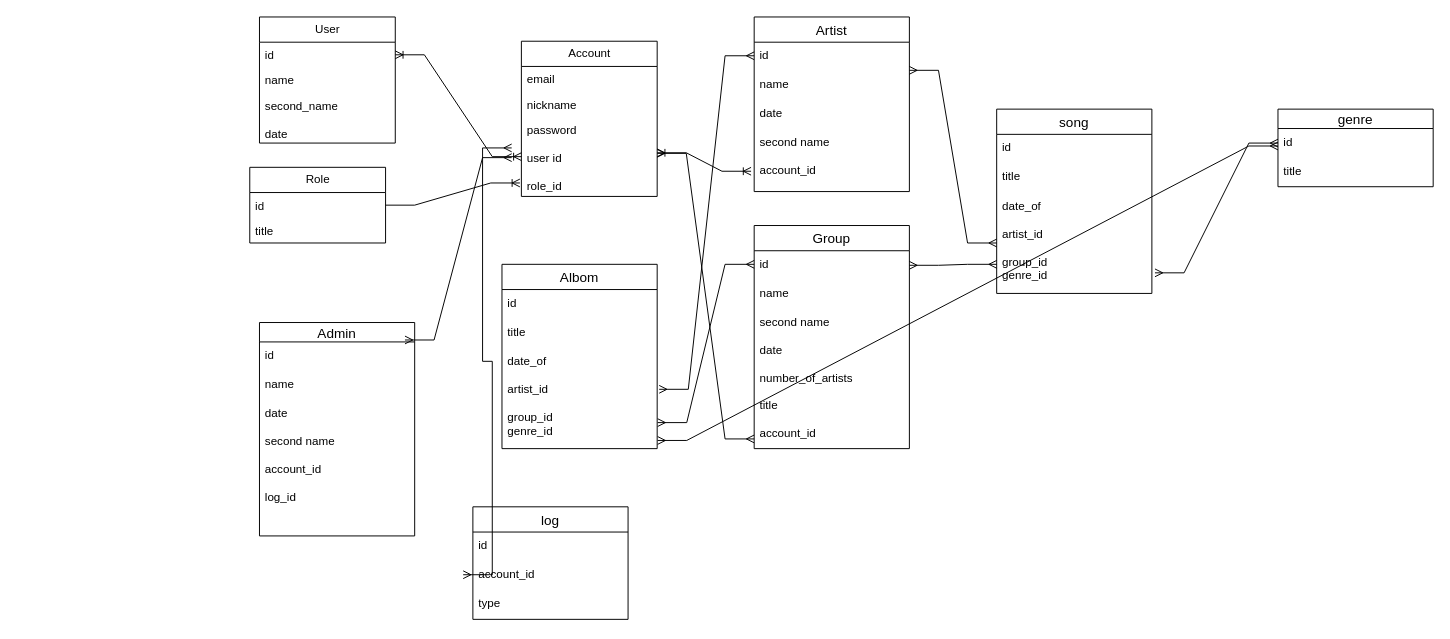
pavelgastilo/BD2023 keeps this draw.io diagram as bddrawio.drawio. Above is the earlier version. Source tidied: cells renumbered, new cells numbered last; positions are measured from the earlier drawing's top-left corner, leaving out a move shared by most shapes. Both pictures are drawn from the tidied source at 97%, with x=0, y=0 at pixel (249, -153).
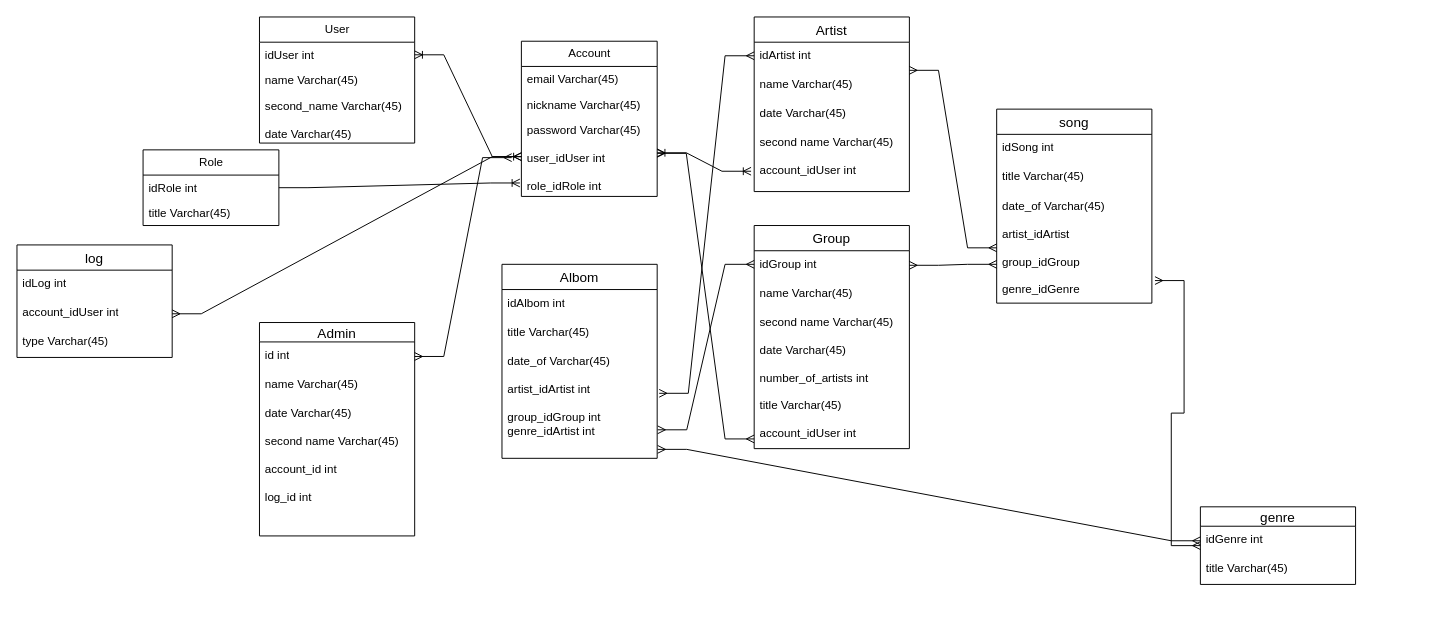
The same page after the edit.

The change refers to these unchanged cells:
```xml
<mxCell id="6" value="Account" style="swimlane;fontStyle=0;horizontal=1;startSize=26;fillColor=none;html=1;" parent="1" vertex="1">
  <mxGeometry x="280" y="200" width="140" height="160" as="geometry" />
</mxCell>
<mxCell id="15" value="Artist" style="swimlane;fontStyle=0;horizontal=1;startSize=26;align=center;fontSize=14;" parent="1" vertex="1">
  <mxGeometry x="520" y="175" width="160" height="180" as="geometry" />
</mxCell>
<mxCell id="20" value="Group" style="swimlane;fontStyle=0;horizontal=1;startSize=26;align=center;fontSize=14;" parent="1" vertex="1">
  <mxGeometry x="520" y="390" width="160" height="230" as="geometry" />
</mxCell>
<mxCell id="37" value="Admin" style="swimlane;fontStyle=0;horizontal=1;startSize=20;align=center;fontSize=14;" parent="1" vertex="1">
  <mxGeometry x="10" y="490" width="160" height="220" as="geometry" />
</mxCell>
```

Change to the diagram source:
```diff
@@
     <mxCell id="2" value="User" style="swimlane;fontStyle=0;horizontal=1;startSize=26;fillColor=none;html=1;" parent="1" vertex="1">
-      <mxGeometry x="10" y="175" width="140" height="130" as="geometry" />
+      <mxGeometry x="10" y="175" width="160" height="130" as="geometry" />
     </mxCell>
-    <mxCell id="3" value="id" style="text;strokeColor=none;fillColor=none;align=left;verticalAlign=top;spacingLeft=4;spacingRight=4;overflow=hidden;points=[[0,0.5],[1,0.5]];portConstraint=eastwest;whiteSpace=wrap;html=1;" parent="2" vertex="1">
-      <mxGeometry y="26" width="140" height="26" as="geometry" />
+    <mxCell id="3" value="idUser int" style="text;strokeColor=none;fillColor=none;align=left;verticalAlign=top;spacingLeft=4;spacingRight=4;overflow=hidden;points=[[0,0.5],[1,0.5]];portConstraint=eastwest;whiteSpace=wrap;html=1;" parent="2" vertex="1">
+      <mxGeometry y="26" width="160" height="26" as="geometry" />
     </mxCell>
-    <mxCell id="4" value="name" style="text;strokeColor=none;fillColor=none;align=left;verticalAlign=top;spacingLeft=4;spacingRight=4;overflow=hidden;whiteSpace=wrap;html=1;" parent="2" vertex="1">
-      <mxGeometry y="52" width="140" height="26" as="geometry" />
+    <mxCell id="4" value="name Varchar(45)" style="text;strokeColor=none;fillColor=none;align=left;verticalAlign=top;spacingLeft=4;spacingRight=4;overflow=hidden;whiteSpace=wrap;html=1;" parent="2" vertex="1">
+      <mxGeometry y="52" width="160" height="26" as="geometry" />
     </mxCell>
-    <mxCell id="5" value="second_name&lt;br&gt;&lt;br&gt;date" style="text;strokeColor=none;fillColor=none;align=left;verticalAlign=top;spacingLeft=4;spacingRight=4;overflow=hidden;whiteSpace=wrap;html=1;" parent="2" vertex="1">
-      <mxGeometry y="78" width="140" height="52" as="geometry" />
+    <mxCell id="5" value="second_name Varchar(45)&lt;br&gt;&lt;br&gt;date Varchar(45)&lt;br&gt;" style="text;strokeColor=none;fillColor=none;align=left;verticalAlign=top;spacingLeft=4;spacingRight=4;overflow=hidden;whiteSpace=wrap;html=1;" parent="2" vertex="1">
+      <mxGeometry y="78" width="160" height="52" as="geometry" />
     </mxCell>
@@
-    <mxCell id="7" value="email&lt;br&gt;" style="text;strokeColor=none;fillColor=none;align=left;verticalAlign=top;spacingLeft=4;spacingRight=4;overflow=hidden;whiteSpace=wrap;html=1;" parent="6" vertex="1">
+    <mxCell id="7" value="email Varchar(45)" style="text;strokeColor=none;fillColor=none;align=left;verticalAlign=top;spacingLeft=4;spacingRight=4;overflow=hidden;whiteSpace=wrap;html=1;" parent="6" vertex="1">
       <mxGeometry y="26" width="140" height="26" as="geometry" />
     </mxCell>
-    <mxCell id="8" value="nickname" style="text;strokeColor=none;fillColor=none;align=left;verticalAlign=top;spacingLeft=4;spacingRight=4;overflow=hidden;whiteSpace=wrap;html=1;" parent="6" vertex="1">
+    <mxCell id="8" value="nickname Varchar(45)" style="text;strokeColor=none;fillColor=none;align=left;verticalAlign=top;spacingLeft=4;spacingRight=4;overflow=hidden;whiteSpace=wrap;html=1;" parent="6" vertex="1">
       <mxGeometry y="52" width="140" height="26" as="geometry" />
     </mxCell>
-    <mxCell id="9" value="password&lt;br&gt;&lt;br&gt;user id&lt;br&gt;&lt;br&gt;role_id" style="text;strokeColor=none;fillColor=none;align=left;verticalAlign=top;spacingLeft=4;spacingRight=4;overflow=hidden;points=[[0,0.5],[1,0.5]];portConstraint=eastwest;whiteSpace=wrap;html=1;" parent="6" vertex="1">
+    <mxCell id="9" value="password Varchar(45)&lt;br&gt;&lt;br&gt;user_idUser int&lt;br&gt;&lt;br&gt;role_idRole int" style="text;strokeColor=none;fillColor=none;align=left;verticalAlign=top;spacingLeft=4;spacingRight=4;overflow=hidden;points=[[0,0.5],[1,0.5]];portConstraint=eastwest;whiteSpace=wrap;html=1;" parent="6" vertex="1">
       <mxGeometry y="78" width="140" height="82" as="geometry" />
     </mxCell>
@@
     <mxCell id="11" value="Role" style="swimlane;fontStyle=0;horizontal=1;startSize=26;fillColor=none;html=1;" parent="1" vertex="1">
-      <mxGeometry y="330" width="140" height="78" as="geometry" />
+      <mxGeometry x="-110" y="312" width="140" height="78" as="geometry" />
     </mxCell>
-    <mxCell id="12" value="id" style="text;strokeColor=none;fillColor=none;align=left;verticalAlign=top;spacingLeft=4;spacingRight=4;overflow=hidden;points=[[0,0.5],[1,0.5]];portConstraint=eastwest;whiteSpace=wrap;html=1;" parent="11" vertex="1">
+    <mxCell id="12" value="idRole int" style="text;strokeColor=none;fillColor=none;align=left;verticalAlign=top;spacingLeft=4;spacingRight=4;overflow=hidden;points=[[0,0.5],[1,0.5]];portConstraint=eastwest;whiteSpace=wrap;html=1;" parent="11" vertex="1">
       <mxGeometry y="26" width="140" height="26" as="geometry" />
     </mxCell>
-    <mxCell id="13" value="title" style="text;strokeColor=none;fillColor=none;align=left;verticalAlign=top;spacingLeft=4;spacingRight=4;overflow=hidden;whiteSpace=wrap;html=1;" parent="11" vertex="1">
+    <mxCell id="13" value="title Varchar(45)" style="text;strokeColor=none;fillColor=none;align=left;verticalAlign=top;spacingLeft=4;spacingRight=4;overflow=hidden;whiteSpace=wrap;html=1;" parent="11" vertex="1">
       <mxGeometry y="52" width="140" height="26" as="geometry" />
     </mxCell>
@@
-    <mxCell id="16" value="id" style="text;strokeColor=none;fillColor=none;spacingLeft=4;spacingRight=4;overflow=hidden;fontSize=12;whiteSpace=wrap;html=1;" parent="15" vertex="1">
+    <mxCell id="16" value="idArtist int" style="text;strokeColor=none;fillColor=none;spacingLeft=4;spacingRight=4;overflow=hidden;fontSize=12;whiteSpace=wrap;html=1;" parent="15" vertex="1">
       <mxGeometry y="26" width="160" height="30" as="geometry" />
     </mxCell>
-    <mxCell id="17" value="name" style="text;strokeColor=none;fillColor=none;spacingLeft=4;spacingRight=4;overflow=hidden;fontSize=12;whiteSpace=wrap;html=1;" parent="15" vertex="1">
+    <mxCell id="17" value="name Varchar(45)" style="text;strokeColor=none;fillColor=none;spacingLeft=4;spacingRight=4;overflow=hidden;fontSize=12;whiteSpace=wrap;html=1;" parent="15" vertex="1">
       <mxGeometry y="56" width="160" height="30" as="geometry" />
     </mxCell>
-    <mxCell id="18" value="date&lt;br&gt;&lt;br&gt;second name&lt;br&gt;&lt;br&gt;account_id" style="text;strokeColor=none;fillColor=none;spacingLeft=4;spacingRight=4;overflow=hidden;points=[[0,0.5],[1,0.5]];portConstraint=eastwest;fontSize=12;whiteSpace=wrap;html=1;" parent="15" vertex="1">
+    <mxCell id="18" value="date Varchar(45)&lt;br&gt;&lt;br&gt;second name Varchar(45)&lt;br&gt;&lt;br&gt;account_idUser int" style="text;strokeColor=none;fillColor=none;spacingLeft=4;spacingRight=4;overflow=hidden;points=[[0,0.5],[1,0.5]];portConstraint=eastwest;fontSize=12;whiteSpace=wrap;html=1;" parent="15" vertex="1">
       <mxGeometry y="86" width="160" height="94" as="geometry" />
     </mxCell>
@@
-    <mxCell id="21" value="id&lt;br&gt;" style="text;strokeColor=none;fillColor=none;spacingLeft=4;spacingRight=4;overflow=hidden;points=[[0,0.5],[1,0.5]];portConstraint=eastwest;fontSize=12;whiteSpace=wrap;html=1;" parent="20" vertex="1">
+    <mxCell id="21" value="idGroup int" style="text;strokeColor=none;fillColor=none;spacingLeft=4;spacingRight=4;overflow=hidden;points=[[0,0.5],[1,0.5]];portConstraint=eastwest;fontSize=12;whiteSpace=wrap;html=1;" parent="20" vertex="1">
       <mxGeometry y="26" width="160" height="30" as="geometry" />
     </mxCell>
-    <mxCell id="22" value="name&lt;br&gt;" style="text;strokeColor=none;fillColor=none;spacingLeft=4;spacingRight=4;overflow=hidden;fontSize=12;whiteSpace=wrap;html=1;" parent="20" vertex="1">
+    <mxCell id="22" value="name Varchar(45)" style="text;strokeColor=none;fillColor=none;spacingLeft=4;spacingRight=4;overflow=hidden;fontSize=12;whiteSpace=wrap;html=1;" parent="20" vertex="1">
       <mxGeometry y="56" width="160" height="30" as="geometry" />
     </mxCell>
-    <mxCell id="23" value="second name&lt;br&gt;&lt;br&gt;date&lt;br&gt;&lt;br&gt;number_of_artists&lt;br&gt;&lt;br&gt;title&lt;br&gt;&lt;br&gt;account_id" style="text;strokeColor=none;fillColor=none;spacingLeft=4;spacingRight=4;overflow=hidden;fontSize=12;whiteSpace=wrap;html=1;" parent="20" vertex="1">
+    <mxCell id="23" value="second name Varchar(45)&lt;br&gt;&lt;br&gt;date Varchar(45)&lt;br&gt;&lt;br&gt;number_of_artists int&lt;br&gt;&lt;br&gt;title Varchar(45)&lt;br&gt;&lt;br&gt;account_idUser int" style="text;strokeColor=none;fillColor=none;spacingLeft=4;spacingRight=4;overflow=hidden;fontSize=12;whiteSpace=wrap;html=1;" parent="20" vertex="1">
       <mxGeometry y="86" width="160" height="144" as="geometry" />
     </mxCell>
@@
     <mxCell id="25" value="song" style="swimlane;fontStyle=0;horizontal=1;startSize=26;align=center;fontSize=14;" parent="1" vertex="1">
-      <mxGeometry x="770" y="270" width="160" height="190" as="geometry" />
+      <mxGeometry x="770" y="270" width="160" height="200" as="geometry" />
     </mxCell>
-    <mxCell id="26" value="id" style="text;strokeColor=none;fillColor=none;spacingLeft=4;spacingRight=4;overflow=hidden;fontSize=12;whiteSpace=wrap;html=1;" parent="25" vertex="1">
+    <mxCell id="26" value="idSong int" style="text;strokeColor=none;fillColor=none;spacingLeft=4;spacingRight=4;overflow=hidden;fontSize=12;whiteSpace=wrap;html=1;" parent="25" vertex="1">
       <mxGeometry y="26" width="160" height="30" as="geometry" />
     </mxCell>
-    <mxCell id="27" value="title" style="text;strokeColor=none;fillColor=none;spacingLeft=4;spacingRight=4;overflow=hidden;fontSize=12;whiteSpace=wrap;html=1;" parent="25" vertex="1">
+    <mxCell id="27" value="title Varchar(45)" style="text;strokeColor=none;fillColor=none;spacingLeft=4;spacingRight=4;overflow=hidden;fontSize=12;whiteSpace=wrap;html=1;" parent="25" vertex="1">
       <mxGeometry y="56" width="160" height="30" as="geometry" />
     </mxCell>
-    <mxCell id="28" value="date_of&lt;br&gt;&lt;br&gt;artist_id&lt;br&gt;&lt;br&gt;group_id&lt;br&gt;genre_id" style="text;strokeColor=none;fillColor=none;spacingLeft=4;spacingRight=4;overflow=hidden;points=[[0,0.5],[1,0.5]];portConstraint=eastwest;fontSize=12;whiteSpace=wrap;html=1;" parent="25" vertex="1">
-      <mxGeometry y="86" width="160" height="104" as="geometry" />
+    <mxCell id="28" value="date_of Varchar(45)&lt;br&gt;&lt;br&gt;artist_idArtist&lt;br&gt;&lt;br&gt;group_idGroup&lt;br&gt;&lt;br&gt;genre_idGenre" style="text;strokeColor=none;fillColor=none;spacingLeft=4;spacingRight=4;overflow=hidden;points=[[0,0.5],[1,0.5]];portConstraint=eastwest;fontSize=12;whiteSpace=wrap;html=1;" parent="25" vertex="1">
+      <mxGeometry y="86" width="160" height="114" as="geometry" />
     </mxCell>
@@
     <mxCell id="31" value="Albom" style="swimlane;fontStyle=0;horizontal=1;startSize=26;align=center;fontSize=14;" parent="1" vertex="1">
-      <mxGeometry x="260" y="430" width="160" height="190" as="geometry" />
+      <mxGeometry x="260" y="430" width="160" height="200" as="geometry" />
     </mxCell>
-    <mxCell id="32" value="id" style="text;strokeColor=none;fillColor=none;spacingLeft=4;spacingRight=4;overflow=hidden;fontSize=12;whiteSpace=wrap;html=1;" parent="31" vertex="1">
+    <mxCell id="32" value="idAlbom int" style="text;strokeColor=none;fillColor=none;spacingLeft=4;spacingRight=4;overflow=hidden;fontSize=12;whiteSpace=wrap;html=1;" parent="31" vertex="1">
       <mxGeometry y="26" width="160" height="30" as="geometry" />
     </mxCell>
-    <mxCell id="33" value="title" style="text;strokeColor=none;fillColor=none;spacingLeft=4;spacingRight=4;overflow=hidden;fontSize=12;whiteSpace=wrap;html=1;" parent="31" vertex="1">
+    <mxCell id="33" value="title Varchar(45)" style="text;strokeColor=none;fillColor=none;spacingLeft=4;spacingRight=4;overflow=hidden;fontSize=12;whiteSpace=wrap;html=1;" parent="31" vertex="1">
       <mxGeometry y="56" width="160" height="30" as="geometry" />
     </mxCell>
-    <mxCell id="34" value="date_of&lt;br&gt;&lt;br&gt;artist_id&lt;br&gt;&lt;br&gt;group_id&lt;br&gt;genre_id" style="text;strokeColor=none;fillColor=none;spacingLeft=4;spacingRight=4;overflow=hidden;points=[[0,0.5],[1,0.5]];portConstraint=eastwest;fontSize=12;whiteSpace=wrap;html=1;" parent="31" vertex="1">
-      <mxGeometry y="86" width="160" height="104" as="geometry" />
+    <mxCell id="34" value="date_of Varchar(45)&lt;br&gt;&lt;br&gt;artist_idArtist int&lt;br&gt;&lt;br&gt;group_idGroup int&lt;br&gt;genre_idArtist int&lt;br&gt;" style="text;strokeColor=none;fillColor=none;spacingLeft=4;spacingRight=4;overflow=hidden;points=[[0,0.5],[1,0.5]];portConstraint=eastwest;fontSize=12;whiteSpace=wrap;html=1;" parent="31" vertex="1">
+      <mxGeometry y="86" width="160" height="114" as="geometry" />
     </mxCell>
@@
-    <mxCell id="38" value="id" style="text;strokeColor=none;fillColor=none;spacingLeft=4;spacingRight=4;overflow=hidden;points=[[0,0.5],[1,0.5]];portConstraint=eastwest;fontSize=12;whiteSpace=wrap;html=1;" parent="37" vertex="1">
+    <mxCell id="38" value="id int" style="text;strokeColor=none;fillColor=none;spacingLeft=4;spacingRight=4;overflow=hidden;points=[[0,0.5],[1,0.5]];portConstraint=eastwest;fontSize=12;whiteSpace=wrap;html=1;" parent="37" vertex="1">
       <mxGeometry y="20" width="160" height="30" as="geometry" />
     </mxCell>
-    <mxCell id="39" value="name" style="text;strokeColor=none;fillColor=none;spacingLeft=4;spacingRight=4;overflow=hidden;fontSize=12;whiteSpace=wrap;html=1;" parent="37" vertex="1">
+    <mxCell id="39" value="name Varchar(45)" style="text;strokeColor=none;fillColor=none;spacingLeft=4;spacingRight=4;overflow=hidden;fontSize=12;whiteSpace=wrap;html=1;" parent="37" vertex="1">
       <mxGeometry y="50" width="160" height="30" as="geometry" />
     </mxCell>
-    <mxCell id="40" value="date&lt;br&gt;&lt;br&gt;second name&lt;br&gt;&lt;br&gt;account_id&lt;br&gt;&lt;br&gt;log_id" style="text;strokeColor=none;fillColor=none;spacingLeft=4;spacingRight=4;overflow=hidden;fontSize=12;whiteSpace=wrap;html=1;" parent="37" vertex="1">
+    <mxCell id="40" value="date Varchar(45)&lt;br&gt;&lt;br&gt;second name Varchar(45)&lt;br&gt;&lt;br&gt;account_id int&lt;br&gt;&lt;br&gt;log_id int" style="text;strokeColor=none;fillColor=none;spacingLeft=4;spacingRight=4;overflow=hidden;fontSize=12;whiteSpace=wrap;html=1;" parent="37" vertex="1">
       <mxGeometry y="80" width="160" height="140" as="geometry" />
     </mxCell>
-    <mxCell id="41" style="edgeStyle=entityRelationEdgeStyle;fontSize=12;html=1;endArrow=ERmany;startArrow=ERmany;rounded=0;" parent="1" edge="1">
+    <mxCell id="41" style="edgeStyle=entityRelationEdgeStyle;fontSize=12;html=1;endArrow=ERmany;startArrow=ERmany;rounded=0;" parent="1" edge="1" source="38">
       <mxGeometry relative="1" as="geometry">
-        <mxPoint x="160" y="508" as="sourcePoint" />
         <mxPoint x="270" y="320" as="targetPoint" />
         <Array as="points">
           <mxPoint x="210" y="450" />
         </Array>
       </mxGeometry>
     </mxCell>
     <mxCell id="42" value="genre" style="swimlane;fontStyle=0;horizontal=1;startSize=20;align=center;fontSize=14;" parent="1" vertex="1">
-      <mxGeometry x="1060" y="270" width="160" height="80" as="geometry" />
+      <mxGeometry x="980" y="680" width="160" height="80" as="geometry" />
     </mxCell>
-    <mxCell id="43" value="id" style="text;strokeColor=none;fillColor=none;spacingLeft=4;spacingRight=4;overflow=hidden;points=[[0,0.5],[1,0.5]];portConstraint=eastwest;fontSize=12;whiteSpace=wrap;html=1;" parent="42" vertex="1">
+    <mxCell id="43" value="idGenre int" style="text;strokeColor=none;fillColor=none;spacingLeft=4;spacingRight=4;overflow=hidden;points=[[0,0.5],[1,0.5]];portConstraint=eastwest;fontSize=12;whiteSpace=wrap;html=1;" parent="42" vertex="1">
       <mxGeometry y="20" width="160" height="30" as="geometry" />
     </mxCell>
-    <mxCell id="44" value="title" style="text;strokeColor=none;fillColor=none;spacingLeft=4;spacingRight=4;overflow=hidden;fontSize=12;whiteSpace=wrap;html=1;" parent="42" vertex="1">
+    <mxCell id="44" value="title Varchar(45)" style="text;strokeColor=none;fillColor=none;spacingLeft=4;spacingRight=4;overflow=hidden;fontSize=12;whiteSpace=wrap;html=1;" parent="42" vertex="1">
       <mxGeometry y="50" width="160" height="30" as="geometry" />
     </mxCell>
     <mxCell id="45" style="edgeStyle=entityRelationEdgeStyle;fontSize=12;html=1;endArrow=ERmany;startArrow=ERmany;rounded=0;exitX=1.02;exitY=0.796;exitDx=0;exitDy=0;exitPerimeter=0;" parent="1" edge="1" source="28">
       <mxGeometry relative="1" as="geometry">
-        <mxPoint x="1060" y="305" as="targetPoint" />
+        <mxPoint x="980" y="720" as="targetPoint" />
         <Array as="points">
           <mxPoint x="1020" y="345" />
         </Array>
       </mxGeometry>
     </mxCell>
-    <mxCell id="46" style="edgeStyle=entityRelationEdgeStyle;fontSize=12;html=1;endArrow=ERmany;startArrow=ERmany;rounded=0;exitX=1.003;exitY=0.919;exitDx=0;exitDy=0;exitPerimeter=0;" parent="1" edge="1" source="34">
-      <mxGeometry relative="1" as="geometry">
-        <mxPoint x="1060" y="308" as="targetPoint" />
-      </mxGeometry>
+    <mxCell id="46" style="edgeStyle=entityRelationEdgeStyle;fontSize=12;html=1;endArrow=ERmany;startArrow=ERmany;rounded=0;exitX=1.003;exitY=0.919;exitDx=0;exitDy=0;exitPerimeter=0;entryX=0;entryY=0.5;entryDx=0;entryDy=0;" parent="1" edge="1" source="34" target="43">
+      <mxGeometry relative="1" as="geometry" />
     </mxCell>
     <mxCell id="47" value="log" style="swimlane;fontStyle=0;horizontal=1;startSize=26;align=center;fontSize=14;" parent="1" vertex="1">
-      <mxGeometry x="230" y="680" width="160" height="116" as="geometry" />
+      <mxGeometry x="-240" y="410" width="160" height="116" as="geometry" />
     </mxCell>
-    <mxCell id="48" value="id" style="text;strokeColor=none;fillColor=none;spacingLeft=4;spacingRight=4;overflow=hidden;fontSize=12;whiteSpace=wrap;html=1;" parent="47" vertex="1">
+    <mxCell id="48" value="idLog int" style="text;strokeColor=none;fillColor=none;spacingLeft=4;spacingRight=4;overflow=hidden;fontSize=12;whiteSpace=wrap;html=1;" parent="47" vertex="1">
       <mxGeometry y="26" width="160" height="30" as="geometry" />
     </mxCell>
-    <mxCell id="49" value="account_id" style="text;strokeColor=none;fillColor=none;spacingLeft=4;spacingRight=4;overflow=hidden;points=[[0,0.5],[1,0.5]];portConstraint=eastwest;fontSize=12;whiteSpace=wrap;html=1;" parent="47" vertex="1">
+    <mxCell id="49" value="account_idUser int" style="text;strokeColor=none;fillColor=none;spacingLeft=4;spacingRight=4;overflow=hidden;points=[[0,0.5],[1,0.5]];portConstraint=eastwest;fontSize=12;whiteSpace=wrap;html=1;" parent="47" vertex="1">
       <mxGeometry y="56" width="160" height="30" as="geometry" />
     </mxCell>
-    <mxCell id="50" value="type" style="text;strokeColor=none;fillColor=none;spacingLeft=4;spacingRight=4;overflow=hidden;fontSize=12;whiteSpace=wrap;html=1;" parent="47" vertex="1">
+    <mxCell id="50" value="type Varchar(45)" style="text;strokeColor=none;fillColor=none;spacingLeft=4;spacingRight=4;overflow=hidden;fontSize=12;whiteSpace=wrap;html=1;" parent="47" vertex="1">
       <mxGeometry y="86" width="160" height="30" as="geometry" />
     </mxCell>
-    <mxCell id="51" style="edgeStyle=entityRelationEdgeStyle;fontSize=12;html=1;endArrow=ERmany;startArrow=ERmany;rounded=0;" parent="1" edge="1">
+    <mxCell id="51" style="edgeStyle=entityRelationEdgeStyle;fontSize=12;html=1;endArrow=ERmany;startArrow=ERmany;rounded=0;exitX=1;exitY=0.5;exitDx=0;exitDy=0;entryX=0;entryY=0.5;entryDx=0;entryDy=0;" parent="1" edge="1" source="49" target="9">
       <mxGeometry relative="1" as="geometry">
-        <mxPoint x="220" y="750" as="sourcePoint" />
-        <mxPoint x="270" y="310" as="targetPoint" />
         <Array as="points">
           <mxPoint x="260" y="380" />
+          <mxPoint x="280" y="319" />
         </Array>
       </mxGeometry>
     </mxCell>
```
